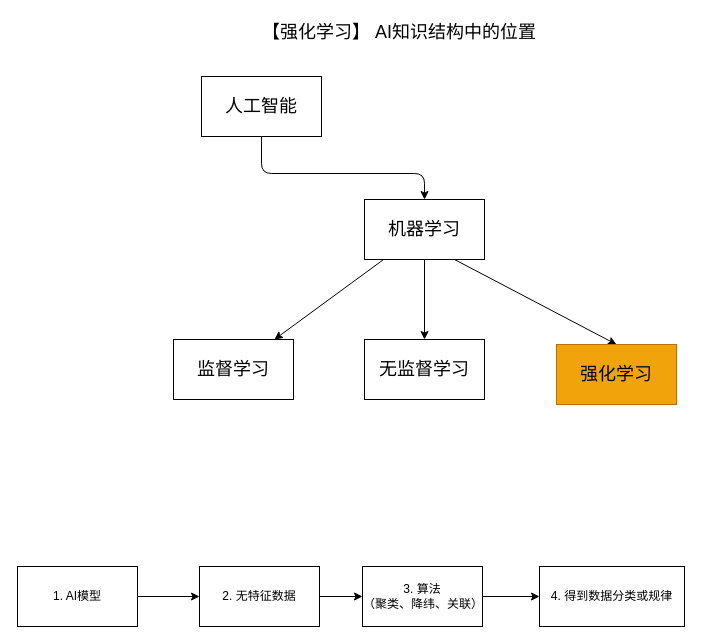
qiubohong/qiubohong.github.io keeps this draw.io diagram as assets/drawio/ailearn/ai-daily3.drawio. Above is the earlier version. Source tidied: cells renumbered, new cells numbered last; positions are measured from the earlier drawing's top-left corner, leaving out a move shared by most shapes. Both pictures are drawn from the tidied source at 100%, with x=0, y=0 at pixel (17, 17).
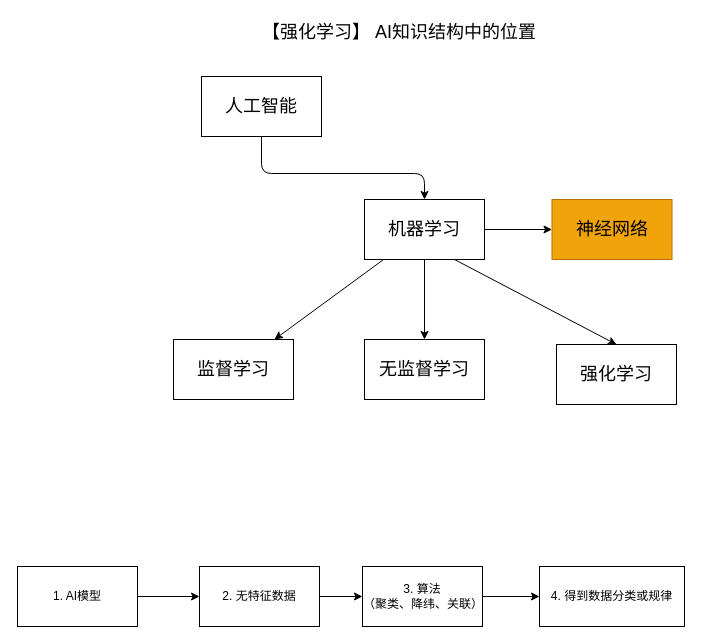
Above is the later version.

The change refers to these unchanged cells:
```xml
<mxCell id="8" value="机器学习" style="rounded=0;whiteSpace=wrap;html=1;fontSize=18;" parent="1" vertex="1">
  <mxGeometry x="347" y="182" width="120" height="60" as="geometry" />
</mxCell>
```

Diff of the diagram source:
```diff
@@
+    <mxCell id="19" style="edgeStyle=none;html=1;" parent="1" edge="1" source="8" target="20">
+      <mxGeometry relative="1" as="geometry" />
+    </mxCell>
@@
-    <mxCell id="11" value="强化学习" style="whiteSpace=wrap;html=1;fontSize=18;rounded=0;fillColor=#f0a30a;fontColor=#000000;strokeColor=#BD7000;" parent="1" vertex="1">
+    <mxCell id="11" value="强化学习" style="whiteSpace=wrap;html=1;fontSize=18;rounded=0;" parent="1" vertex="1">
       <mxGeometry x="539" y="327" width="120" height="60" as="geometry" />
     </mxCell>
@@
+    <mxCell id="20" value="神经网络" style="whiteSpace=wrap;html=1;fontSize=18;rounded=0;fillColor=#f0a30a;fontColor=#000000;strokeColor=#BD7000;" parent="1" vertex="1">
+      <mxGeometry x="534.5" y="182" width="120" height="60" as="geometry" />
+    </mxCell>
```
